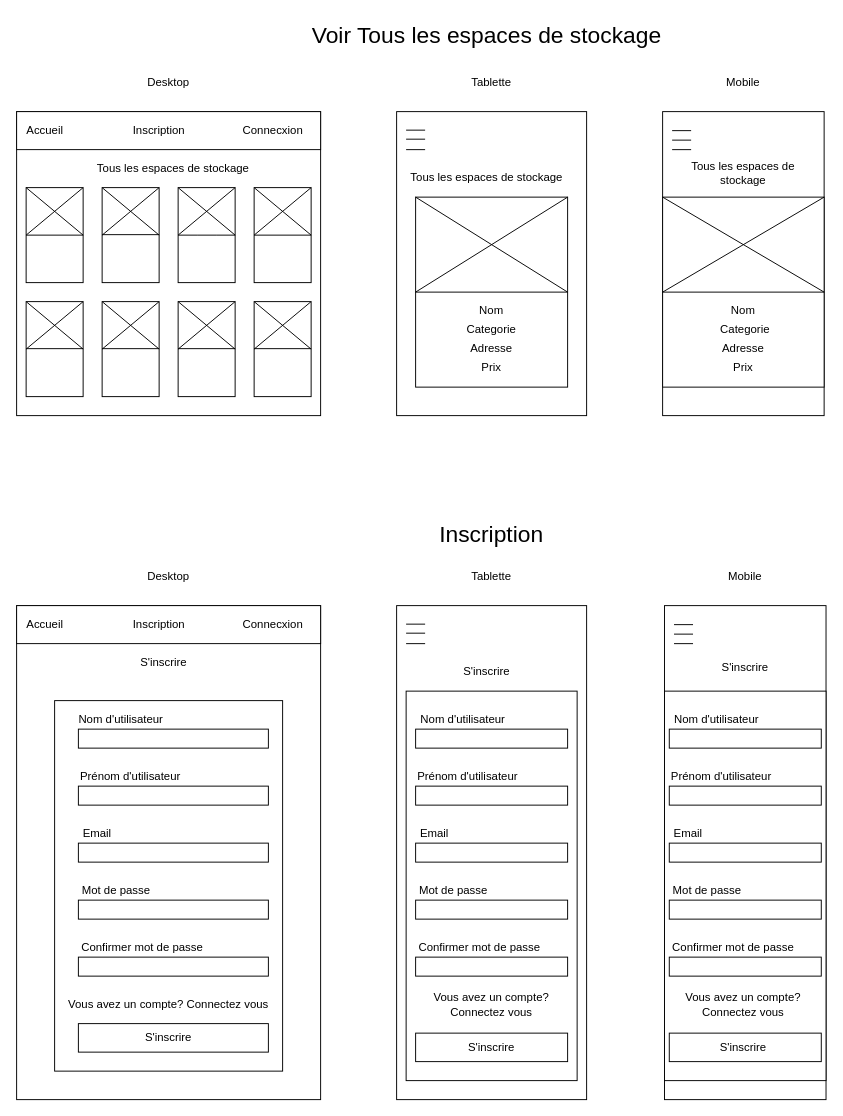
Above: doc/wireframe.drawio in jonas18121/homeStock (draw.io), before the change. Source tidied: cells renumbered, new cells numbered last; positions are measured from the earlier drawing's top-left corner, leaving out a move shared by most shapes. Both pictures are drawn from the tidied source at 95%, with x=0, y=0 at pixel (16, 16).
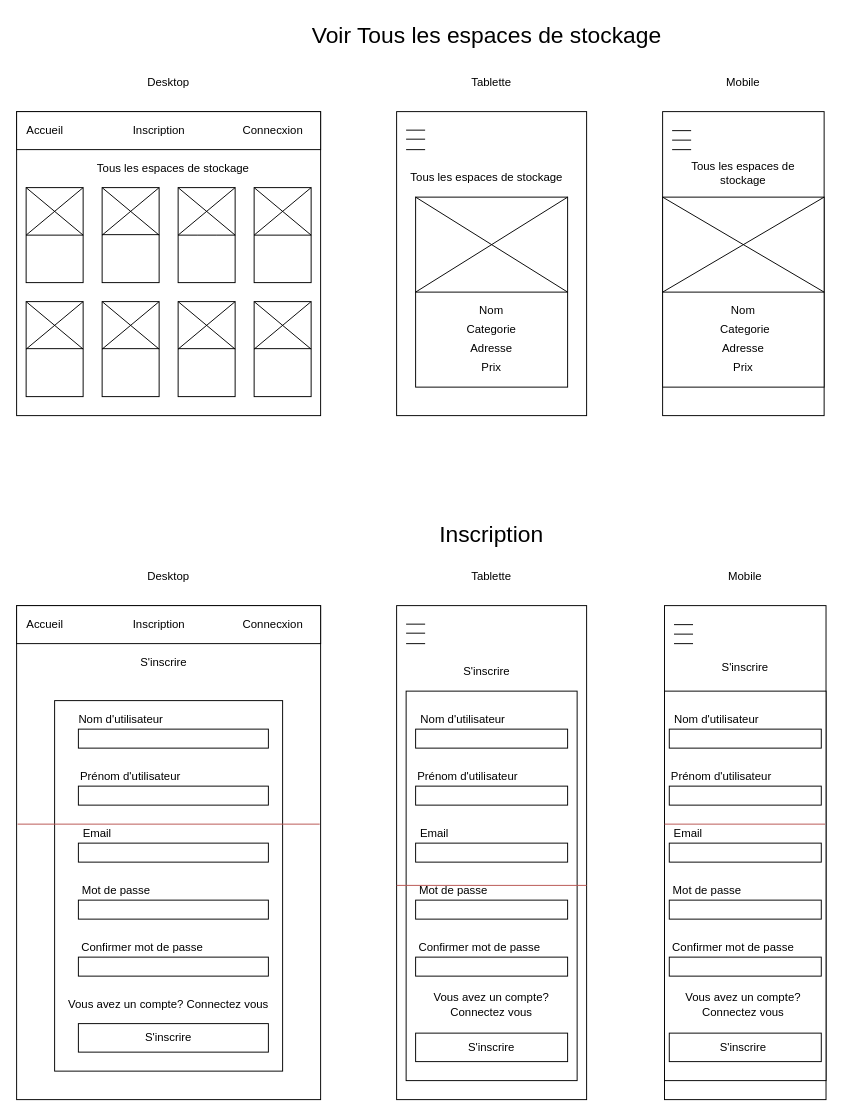
The same page after the edit.

What changed in the source:
```diff
@@
+    <mxCell id="134" style="endArrow=none;html=1;fillColor=#f8cecc;strokeColor=#b85450;" parent="1" edge="1">
+      <mxGeometry relative="1" as="geometry">
+        <mxPoint x="1" y="850" as="sourcePoint" />
+        <mxPoint x="319" y="850" as="targetPoint" />
+      </mxGeometry>
+    </mxCell>
+    <mxCell id="135" style="endArrow=none;html=1;fillColor=#f8cecc;strokeColor=#b85450;" parent="1" edge="1">
+      <mxGeometry relative="1" as="geometry">
+        <mxPoint x="400" y="914.5" as="sourcePoint" />
+        <mxPoint x="600" y="914.5" as="targetPoint" />
+      </mxGeometry>
+    </mxCell>
+    <mxCell id="136" style="endArrow=none;html=1;fillColor=#f8cecc;strokeColor=#b85450;" parent="1" edge="1">
+      <mxGeometry relative="1" as="geometry">
+        <mxPoint x="682" y="850" as="sourcePoint" />
+        <mxPoint x="851" y="850" as="targetPoint" />
+      </mxGeometry>
+    </mxCell>
```
